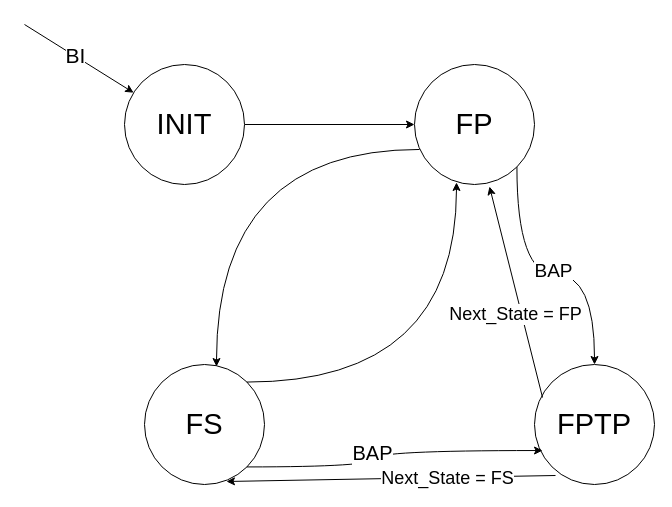
This is Machine_Etats_fini.drawio from JamesFullum/ELE739, a draw.io file, before an edit. Source tidied: cells renumbered, new cells numbered last; positions are measured from the earlier drawing's top-left corner, leaving out a move shared by most shapes. Both pictures are drawn from the tidied source at 100%, with x=0, y=0 at pixel (24, 24).
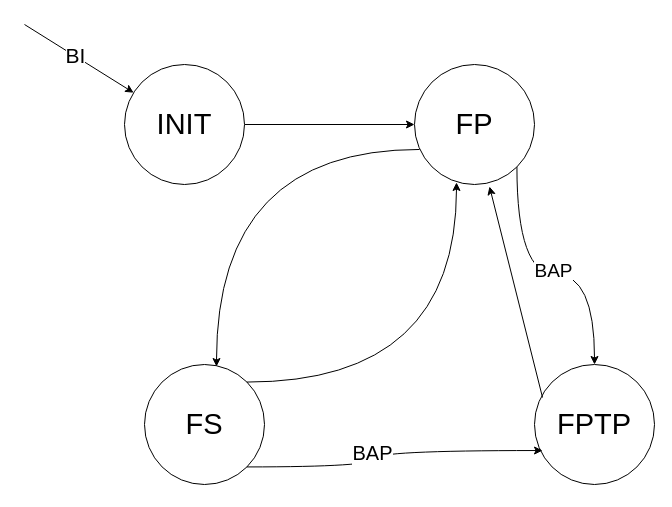
After the change.

Unchanged cells that the change refers to:
```xml
<mxCell id="8" value="&lt;font style=&quot;font-size: 29px;&quot;&gt;FS&lt;/font&gt;" style="ellipse;whiteSpace=wrap;html=1;" parent="1" vertex="1">
  <mxGeometry x="120" y="340" width="120" height="120" as="geometry" />
</mxCell>
<mxCell id="9" value="&lt;font style=&quot;font-size: 29px;&quot;&gt;FPTP&lt;/font&gt;" style="ellipse;whiteSpace=wrap;html=1;" parent="1" vertex="1">
  <mxGeometry x="510" y="340" width="120" height="120" as="geometry" />
</mxCell>
<mxCell id="16" style="endArrow=classic;html=1;rounded=0;exitX=0.067;exitY=0.275;exitDx=0;exitDy=0;exitPerimeter=0;entryX=0.625;entryY=1.017;entryDx=0;entryDy=0;entryPerimeter=0;" parent="1" edge="1" source="9" target="7">
  <mxGeometry relative="1" as="geometry" />
</mxCell>
```

Change to the diagram source:
```diff
@@
-    <mxCell id="17" value="&lt;font style=&quot;font-size: 18px;&quot;&gt;Next_State = FP&lt;/font&gt;" style="edgeLabel;html=1;align=center;verticalAlign=middle;" parent="16" vertex="1">
-      <mxGeometry x="-0.44" y="-1" relative="1" as="geometry">
-        <mxPoint x="-14" y="-24" as="offset" />
-      </mxGeometry>
-    </mxCell>
-    <mxCell id="18" style="endArrow=classic;html=1;rounded=0;exitX=0.175;exitY=0.925;exitDx=0;exitDy=0;exitPerimeter=0;entryX=0.683;entryY=0.975;entryDx=0;entryDy=0;entryPerimeter=0;" parent="1" edge="1" source="9" target="8">
-      <mxGeometry relative="1" as="geometry" />
-    </mxCell>
-    <mxCell id="19" value="&lt;font style=&quot;font-size: 18px;&quot;&gt;Next_State = FS&lt;/font&gt;" style="edgeLabel;html=1;align=center;verticalAlign=middle;" parent="18" vertex="1">
-      <mxGeometry x="-0.34" y="1" relative="1" as="geometry" />
-    </mxCell>
```
